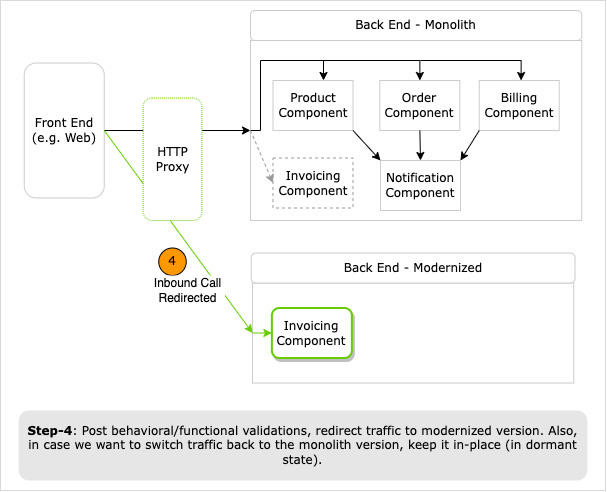
shahzadhuq/modernization-decomposing-monolith keeps this draw.io diagram as diagrams/strangler-fig-switch-traffic.png. Above is the earlier version. Source tidied: cells renumbered, new cells last; positions are measured from the earlier drawing's top-left corner, leaving out a move shared by most shapes.
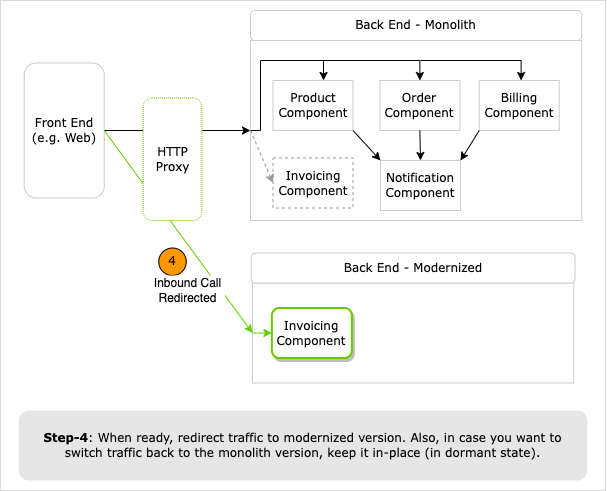
Later version of the same file.

What changed in the source:
```diff
@@ -88,7 +88,7 @@
     <mxCell id="26" value="Inbound Call&lt;br&gt;Redirected" style="text;html=1;strokeColor=none;fillColor=default;align=center;verticalAlign=middle;whiteSpace=wrap;rounded=0;shadow=0;dashed=1;fontColor=#000000;" parent="1" vertex="1">
       <mxGeometry x="151.4" y="275" width="73.1" height="30" as="geometry" />
     </mxCell>
-    <mxCell id="27" value="&lt;b&gt;Step-4&lt;/b&gt;: Post behavioral/functional validations, redirect traffic to modernized version. Also, in case we want to switch traffic back to the monolith version, keep it in-place (in dormant state)." style="text;html=1;strokeColor=none;fillColor=#E6E6E6;align=center;verticalAlign=middle;whiteSpace=wrap;rounded=1;shadow=0;perimeterSpacing=0;spacing=7;fontFamily=Verdana;" parent="1" vertex="1">
+    <mxCell id="27" value="&lt;b&gt;Step-4&lt;/b&gt;: When ready, redirect traffic to modernized version. Also, in case you want to switch traffic back to the monolith version, keep it in-place (in dormant state)." style="text;html=1;strokeColor=none;fillColor=#E6E6E6;align=center;verticalAlign=middle;whiteSpace=wrap;rounded=1;shadow=0;perimeterSpacing=0;spacing=7;fontFamily=Verdana;" parent="1" vertex="1">
       <mxGeometry x="18.1" y="410" width="568.8" height="70" as="geometry" />
     </mxCell>
   </root>
```
